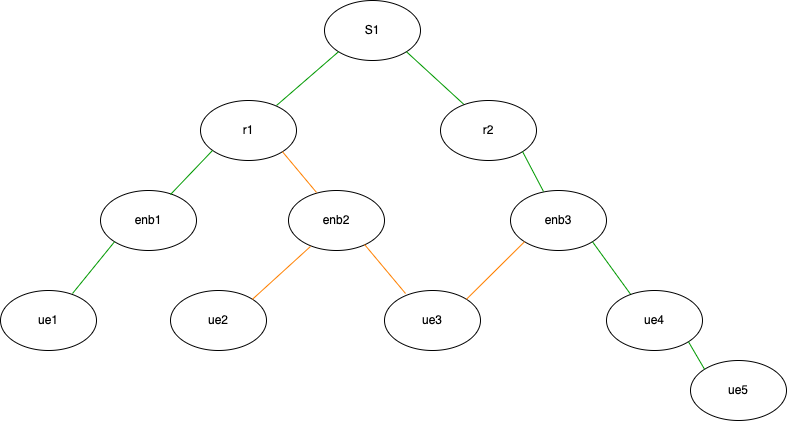
Above: measurements/graphs/layered-load-topology.png in Sigtrix/docker-testbed (draw.io), before the change. Source tidied: cells renumbered, new cells last; positions are measured from the earlier drawing's top-left corner, leaving out a move shared by most shapes.
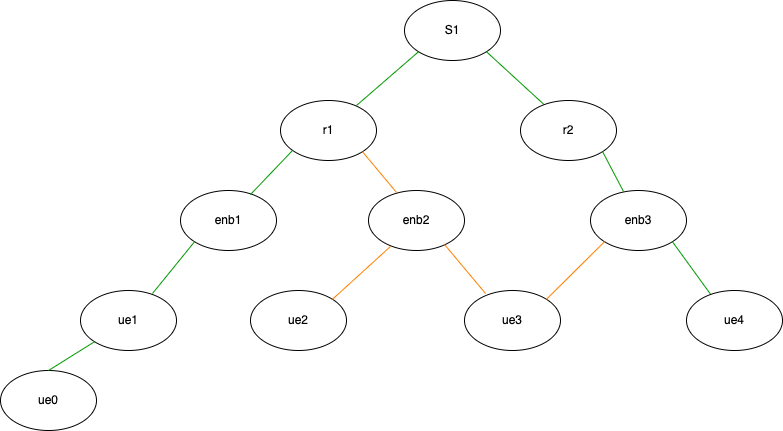
After the change.

Commit message:
Adds results for load-determined experiments

Diff of the diagram source:
```diff
@@ -66,11 +66,11 @@
     <mxCell id="21" value="ue4" style="ellipse;whiteSpace=wrap;html=1;" parent="1" vertex="1">
       <mxGeometry x="606" y="290" width="96" height="60" as="geometry" />
     </mxCell>
-    <mxCell id="22" value="ue5" style="ellipse;whiteSpace=wrap;html=1;" parent="1" vertex="1">
-      <mxGeometry x="690" y="360" width="96" height="60" as="geometry" />
-    </mxCell>
-    <mxCell id="23" style="endArrow=none;html=1;rounded=0;entryX=1;entryY=1;entryDx=0;entryDy=0;exitX=0;exitY=0;exitDx=0;exitDy=0;strokeColor=#009900;" parent="1" edge="1" source="22" target="21">
-      <mxGeometry relative="1" as="geometry" />
-    </mxCell>
+    <mxCell id="24" value="ue0" style="ellipse;whiteSpace=wrap;html=1;" parent="1" vertex="1">
+      <mxGeometry x="-80" y="370" width="96" height="60" as="geometry" />
+    </mxCell>
+    <mxCell id="25" style="endArrow=none;html=1;rounded=0;entryX=0;entryY=1;entryDx=0;entryDy=0;exitX=0.5;exitY=0;exitDx=0;exitDy=0;fillColor=#009900;strokeColor=#009900;" parent="1" edge="1" source="24" target="13">
+      <mxGeometry relative="1" as="geometry" />
+    </mxCell>
   </root>
 </mxGraphModel>
```
